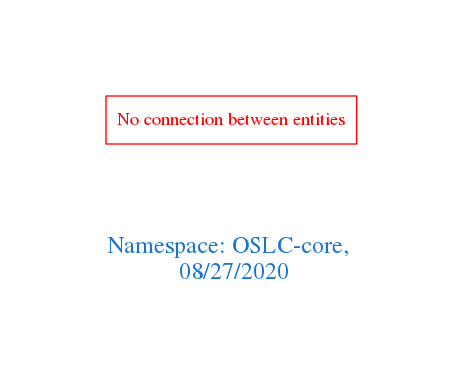
Earlier version of the Graphviz export downloads/OSLC-core.png (arago/OGIT). Its source is kept beside it as downloads/OSLC-core.dot.
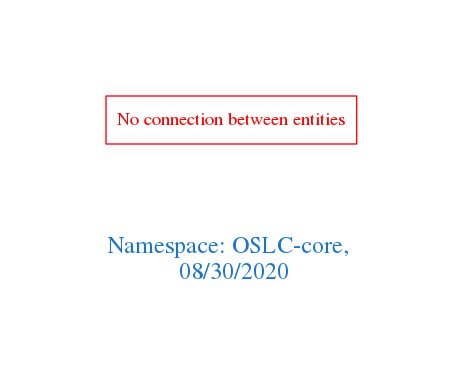
After the commit.

Change to the diagram source:
```diff
@@ -1,7 +1,7 @@
 digraph OGIT_ontology {
  graph [ rankdir= LR,pad=1
 fontsize = 18,
-fontcolor= dodgerblue3,label = "\n\n\nNamespace: OSLC-core, \n 08/27/2020"];
+fontcolor= dodgerblue3,label = "\n\n\nNamespace: OSLC-core, \n 08/30/2020"];
 node[shape=polygon];
 edge [  color="gray81"];
 
```
